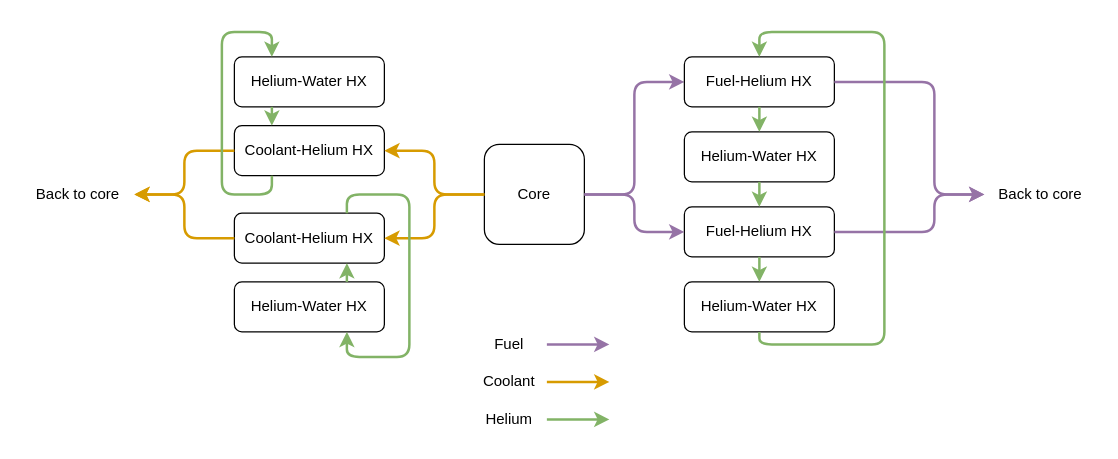
Earlier version of the draw.io diagram figures/ARE_schematic_flow.drawio (LukeLabrie/msc_eng_thesis). Source tidied: cells renumbered, new cells numbered last; positions are measured from the earlier drawing's top-left corner, leaving out a move shared by most shapes. Both pictures are drawn from the tidied source at 125%, with x=0, y=0 at pixel (21, 31).
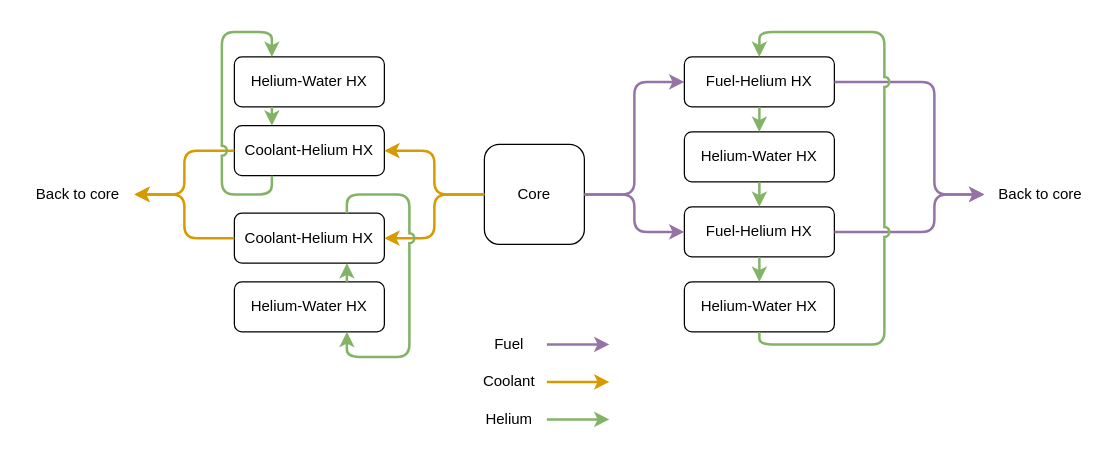
The same diagram, later.

Unchanged cells that the change refers to:
```xml
<mxCell id="2" value="Core" style="rounded=1;whiteSpace=wrap;html=1;" parent="1" vertex="1">
  <mxGeometry x="370" y="90" width="80" height="80" as="geometry" />
</mxCell>
<mxCell id="4" value="Fuel-Helium HX" style="rounded=1;whiteSpace=wrap;html=1;gradientColor=none;" parent="1" vertex="1">
  <mxGeometry x="530" y="20" width="120" height="40" as="geometry" />
</mxCell>
<mxCell id="6" value="Helium-Water HX" style="rounded=1;whiteSpace=wrap;html=1;" parent="1" vertex="1">
  <mxGeometry x="530" y="200" width="120" height="40" as="geometry" />
</mxCell>
<mxCell id="16" value="Coolant-Helium HX" style="rounded=1;whiteSpace=wrap;html=1;gradientColor=none;" parent="1" vertex="1">
  <mxGeometry x="170" y="75" width="120" height="40" as="geometry" />
</mxCell>
<mxCell id="17" value="Helium-Water HX" style="rounded=1;whiteSpace=wrap;html=1;" parent="1" vertex="1">
  <mxGeometry x="170" y="20" width="120" height="40" as="geometry" />
</mxCell>
<mxCell id="18" value="Coolant-Helium HX" style="rounded=1;whiteSpace=wrap;html=1;gradientColor=none;" parent="1" vertex="1">
  <mxGeometry x="170" y="145" width="120" height="40" as="geometry" />
</mxCell>
<mxCell id="19" value="Helium-Water HX" style="rounded=1;whiteSpace=wrap;html=1;" parent="1" vertex="1">
  <mxGeometry x="170" y="200" width="120" height="40" as="geometry" />
</mxCell>
```

The edit, as a diff of the source:
```diff
@@
-    <mxCell id="15" style="endArrow=classic;html=1;rounded=1;exitX=0.5;exitY=1;exitDx=0;exitDy=0;entryX=0.5;entryY=0;entryDx=0;entryDy=0;curved=0;strokeWidth=2;fillColor=#d5e8d4;strokeColor=#82b366;" parent="1" edge="1" source="6" target="4">
+    <mxCell id="15" style="endArrow=classic;html=1;rounded=1;exitX=0.5;exitY=1;exitDx=0;exitDy=0;entryX=0.5;entryY=0;entryDx=0;entryDy=0;curved=0;strokeWidth=2;fillColor=#d5e8d4;strokeColor=#82b366;jumpStyle=arc;" parent="1" edge="1" source="6" target="4">
       <mxGeometry relative="1" as="geometry">
         <Array as="points">
           <mxPoint x="590" y="250" />
           <mxPoint x="690" y="250" />
           <mxPoint x="690" />
           <mxPoint x="590" />
         </Array>
       </mxGeometry>
     </mxCell>
@@
-    <mxCell id="21" style="endArrow=classic;html=1;rounded=1;exitX=0;exitY=0.5;exitDx=0;exitDy=0;entryX=1;entryY=0.5;entryDx=0;entryDy=0;fillColor=#ffe6cc;strokeColor=#d79b00;strokeWidth=2;curved=0;" parent="1" edge="1" source="2" target="18">
+    <mxCell id="21" style="endArrow=classic;html=1;rounded=1;exitX=0;exitY=0.5;exitDx=0;exitDy=0;fillColor=#ffe6cc;strokeColor=#d79b00;strokeWidth=2;curved=0;jumpStyle=arc;entryX=1;entryY=0.5;entryDx=0;entryDy=0;" parent="1" edge="1" source="2" target="18">
       <mxGeometry relative="1" as="geometry">
         <Array as="points">
           <mxPoint x="330" y="130" />
           <mxPoint x="330" y="165" />
         </Array>
       </mxGeometry>
     </mxCell>
@@
-    <mxCell id="27" style="endArrow=classic;html=1;rounded=1;exitX=0.75;exitY=0;exitDx=0;exitDy=0;entryX=0.75;entryY=1;entryDx=0;entryDy=0;fillColor=#d5e8d4;strokeColor=#82b366;strokeWidth=2;curved=0;" parent="1" edge="1" source="18" target="19">
+    <mxCell id="27" style="endArrow=classic;html=1;rounded=1;exitX=0.75;exitY=0;exitDx=0;exitDy=0;entryX=0.75;entryY=1;entryDx=0;entryDy=0;fillColor=#d5e8d4;strokeColor=#82b366;strokeWidth=2;curved=0;jumpStyle=arc;" parent="1" edge="1" source="18" target="19">
       <mxGeometry relative="1" as="geometry">
         <Array as="points">
           <mxPoint x="260" y="130" />
           <mxPoint x="310" y="130" />
           <mxPoint x="310" y="260" />
           <mxPoint x="260" y="260" />
         </Array>
       </mxGeometry>
     </mxCell>
-    <mxCell id="28" style="endArrow=classic;html=1;rounded=1;exitX=0.25;exitY=1;exitDx=0;exitDy=0;entryX=0.25;entryY=0;entryDx=0;entryDy=0;fillColor=#d5e8d4;strokeColor=#82b366;strokeWidth=2;curved=0;" parent="1" edge="1" source="16" target="17">
+    <mxCell id="28" style="endArrow=classic;html=1;rounded=1;exitX=0.25;exitY=1;exitDx=0;exitDy=0;entryX=0.25;entryY=0;entryDx=0;entryDy=0;fillColor=#d5e8d4;strokeColor=#82b366;strokeWidth=2;curved=0;jumpStyle=arc;" parent="1" edge="1" source="16" target="17">
       <mxGeometry relative="1" as="geometry">
         <Array as="points">
           <mxPoint x="200" y="130" />
           <mxPoint x="160" y="130" />
           <mxPoint x="160" />
           <mxPoint x="200" />
         </Array>
       </mxGeometry>
     </mxCell>
```
